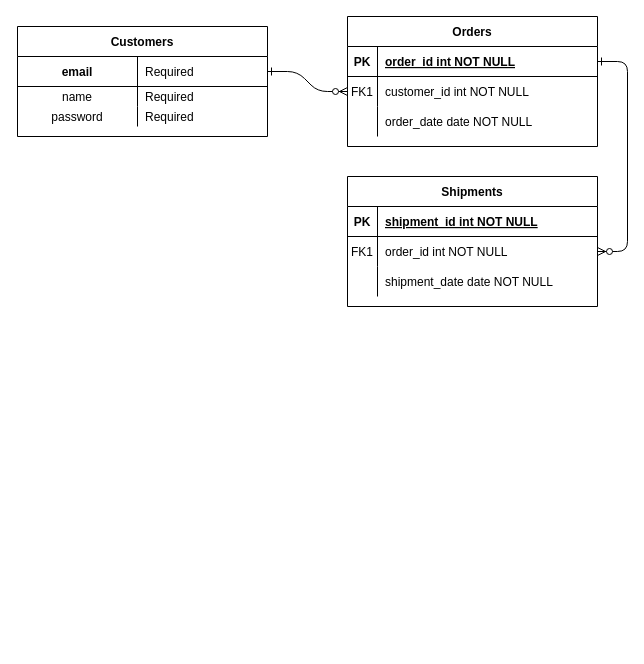
Earlier version of the draw.io diagram CP-2/Диаграмма без названия.drawio (Kameleva/mysite). Source tidied: cells renumbered, new cells numbered last; positions are measured from the earlier drawing's top-left corner, leaving out a move shared by most shapes. Both pictures are drawn from the tidied source at 100%, with x=0, y=0 at pixel (17, 16).
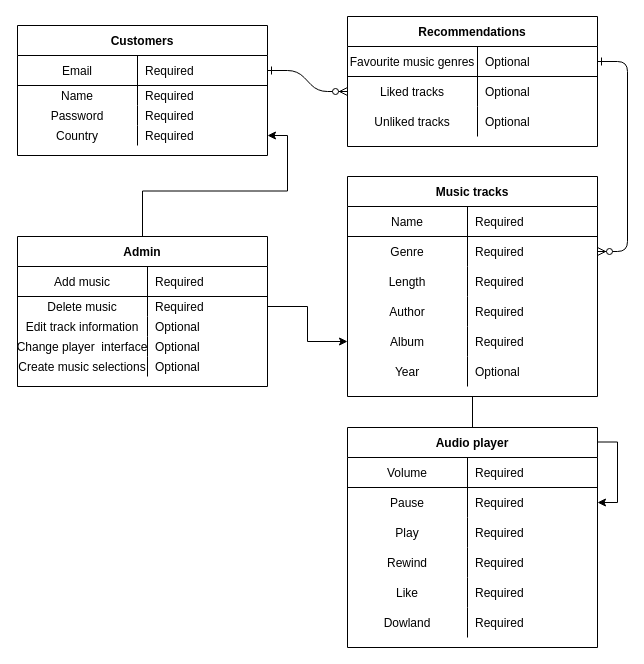
Above is the later version.

Unchanged cells that the change refers to:
```xml
<mxCell id="5" style="shape=partialRectangle;fillColor=none;points=[[0,0.5],[1,0.5]];portConstraint=eastwest;top=0;left=0;right=0;bottom=1;" parent="4" vertex="1">
  <mxGeometry y="30" width="250" height="30" as="geometry" />
</mxCell>
<mxCell id="8" style="shape=partialRectangle;fillColor=none;points=[[0,0.5],[1,0.5]];portConstraint=eastwest;top=0;left=0;right=0;bottom=0;" parent="4" vertex="1">
  <mxGeometry y="60" width="250" height="30" as="geometry" />
</mxCell>
<mxCell id="11" style="shape=partialRectangle;fillColor=none;top=0;left=0;right=0;bottom=0;" parent="4" vertex="1">
  <mxGeometry y="90" width="250" height="30" as="geometry" />
</mxCell>
<mxCell id="15" style="shape=partialRectangle;fillColor=none;top=0;left=0;right=0;bottom=1;" parent="14" vertex="1">
  <mxGeometry y="30" width="250" height="30" as="geometry" />
</mxCell>
<mxCell id="18" style="shape=partialRectangle;fillColor=none;points=[[0,0.5],[1,0.5]];portConstraint=eastwest;top=0;left=0;right=0;bottom=0;" parent="14" vertex="1">
  <mxGeometry y="60" width="250" height="30" as="geometry" />
</mxCell>
<mxCell id="21" style="shape=partialRectangle;fillColor=none;top=0;left=0;right=0;bottom=0;" parent="14" vertex="1">
  <mxGeometry y="90" width="250" height="30" as="geometry" />
</mxCell>
<mxCell id="25" style="shape=partialRectangle;fillColor=none;points=[[0,0.5],[1,0.5]];portConstraint=eastwest;top=0;left=0;right=0;bottom=1;" parent="24" vertex="1">
  <mxGeometry y="30" width="250" height="30" as="geometry" />
</mxCell>
<mxCell id="28" style="shape=partialRectangle;fillColor=none;top=0;left=0;right=0;bottom=0;" parent="24" vertex="1">
  <mxGeometry y="60" width="250" height="20" as="geometry" />
</mxCell>
<mxCell id="31" style="shape=partialRectangle;fillColor=none;top=0;left=0;right=0;bottom=0;" parent="24" vertex="1">
  <mxGeometry y="80" width="250" height="20" as="geometry" />
</mxCell>
```

Change to the diagram source:
```diff
@@
-    <mxCell id="4" value="Orders" style="shape=table;startSize=30;childLayout=tableLayout;rowLines=0;fontStyle=1;align=center;" parent="1" vertex="1">
+    <mxCell id="4" value="Recommendations" style="shape=table;startSize=30;childLayout=tableLayout;rowLines=0;fontStyle=1;align=center;" parent="1" vertex="1">
       <mxGeometry x="330" width="250" height="130" as="geometry" />
     </mxCell>
@@
-    <mxCell id="6" value="PK" style="shape=partialRectangle;overflow=hidden;fillColor=none;top=0;left=0;bottom=0;right=0;fontStyle=1;" parent="5" vertex="1">
-      <mxGeometry width="30" height="30" as="geometry" />
+    <mxCell id="6" value="Favourite music genres" style="shape=partialRectangle;overflow=hidden;fillColor=none;top=0;left=0;bottom=0;right=0;fontStyle=0;" parent="5" vertex="1">
+      <mxGeometry width="130" height="30" as="geometry" />
     </mxCell>
-    <mxCell id="7" value="order_id int NOT NULL " style="shape=partialRectangle;overflow=hidden;fillColor=none;top=0;left=0;bottom=0;right=0;align=left;spacingLeft=6;fontStyle=5;" parent="5" vertex="1">
-      <mxGeometry x="30" width="220" height="30" as="geometry" />
+    <mxCell id="7" value="Optional" style="shape=partialRectangle;overflow=hidden;fillColor=none;top=0;left=0;bottom=0;right=0;align=left;spacingLeft=6;fontStyle=0;" parent="5" vertex="1">
+      <mxGeometry x="130" width="120" height="30" as="geometry" />
     </mxCell>
@@
-    <mxCell id="9" value="FK1" style="shape=partialRectangle;overflow=hidden;fillColor=none;top=0;left=0;bottom=0;right=0;" parent="8" vertex="1">
-      <mxGeometry width="30" height="30" as="geometry" />
+    <mxCell id="9" value="Liked tracks" style="shape=partialRectangle;overflow=hidden;fillColor=none;top=0;left=0;bottom=0;right=0;" parent="8" vertex="1">
+      <mxGeometry width="130" height="30" as="geometry" />
     </mxCell>
-    <mxCell id="10" value="customer_id int NOT NULL" style="shape=partialRectangle;overflow=hidden;fillColor=none;top=0;left=0;bottom=0;right=0;align=left;spacingLeft=6;" parent="8" vertex="1">
-      <mxGeometry x="30" width="220" height="30" as="geometry" />
+    <mxCell id="10" value="Optional" style="shape=partialRectangle;overflow=hidden;fillColor=none;top=0;left=0;bottom=0;right=0;align=left;spacingLeft=6;" parent="8" vertex="1">
+      <mxGeometry x="130" width="120" height="30" as="geometry" />
     </mxCell>
@@
-    <mxCell id="12" style="shape=partialRectangle;overflow=hidden;fillColor=none;top=0;left=0;bottom=0;right=0;" parent="11" vertex="1">
-      <mxGeometry width="30" height="30" as="geometry" />
+    <mxCell id="12" value="Unliked tracks" style="shape=partialRectangle;overflow=hidden;fillColor=none;top=0;left=0;bottom=0;right=0;" parent="11" vertex="1">
+      <mxGeometry width="130" height="30" as="geometry" />
     </mxCell>
-    <mxCell id="13" value="order_date date NOT NULL" style="shape=partialRectangle;overflow=hidden;fillColor=none;top=0;left=0;bottom=0;right=0;align=left;spacingLeft=6;" parent="11" vertex="1">
-      <mxGeometry x="30" width="220" height="30" as="geometry" />
+    <mxCell id="13" value="Optional" style="shape=partialRectangle;overflow=hidden;fillColor=none;top=0;left=0;bottom=0;right=0;align=left;spacingLeft=6;" parent="11" vertex="1">
+      <mxGeometry x="130" width="120" height="30" as="geometry" />
     </mxCell>
+    <mxCell id="34" style="edgeStyle=orthogonalEdgeStyle;rounded=0;jettySize=auto;html=1;" parent="1" edge="1" source="14" target="51">
+      <mxGeometry relative="1" as="geometry" />
+    </mxCell>
-    <mxCell id="14" value="Shipments" style="shape=table;startSize=30;childLayout=tableLayout;rowLines=0;fontStyle=1;align=center;" parent="1" vertex="1">
-      <mxGeometry x="330" y="160" width="250" height="130" as="geometry" />
+    <mxCell id="14" value="Music tracks" style="shape=table;startSize=30;childLayout=tableLayout;rowLines=0;fontStyle=1;align=center;" parent="1" vertex="1">
+      <mxGeometry x="330" y="160" width="250" height="220" as="geometry" />
     </mxCell>
@@
-    <mxCell id="16" value="PK" style="shape=partialRectangle;overflow=hidden;fillColor=none;top=0;left=0;bottom=0;right=0;fontStyle=1;" parent="15" vertex="1">
-      <mxGeometry width="30" height="30" as="geometry" />
+    <mxCell id="16" value="Name" style="shape=partialRectangle;overflow=hidden;fillColor=none;top=0;left=0;bottom=0;right=0;fontStyle=0;" parent="15" vertex="1">
+      <mxGeometry width="120" height="30" as="geometry" />
     </mxCell>
-    <mxCell id="17" value="shipment_id int NOT NULL " style="shape=partialRectangle;overflow=hidden;fillColor=none;top=0;left=0;bottom=0;right=0;align=left;spacingLeft=6;fontStyle=5;" parent="15" vertex="1">
-      <mxGeometry x="30" width="220" height="30" as="geometry" />
+    <mxCell id="17" value="Required" style="shape=partialRectangle;overflow=hidden;fillColor=none;top=0;left=0;bottom=0;right=0;align=left;spacingLeft=6;fontStyle=0;" parent="15" vertex="1">
+      <mxGeometry x="120" width="130" height="30" as="geometry" />
     </mxCell>
@@
-    <mxCell id="19" value="FK1" style="shape=partialRectangle;overflow=hidden;fillColor=none;top=0;left=0;bottom=0;right=0;" parent="18" vertex="1">
-      <mxGeometry width="30" height="30" as="geometry" />
+    <mxCell id="19" value="Genre" style="shape=partialRectangle;overflow=hidden;fillColor=none;top=0;left=0;bottom=0;right=0;" parent="18" vertex="1">
+      <mxGeometry width="120" height="30" as="geometry" />
     </mxCell>
-    <mxCell id="20" value="order_id int NOT NULL" style="shape=partialRectangle;overflow=hidden;fillColor=none;top=0;left=0;bottom=0;right=0;align=left;spacingLeft=6;" parent="18" vertex="1">
-      <mxGeometry x="30" width="220" height="30" as="geometry" />
+    <mxCell id="20" value="Required" style="shape=partialRectangle;overflow=hidden;fillColor=none;top=0;left=0;bottom=0;right=0;align=left;spacingLeft=6;" parent="18" vertex="1">
+      <mxGeometry x="120" width="130" height="30" as="geometry" />
     </mxCell>
@@
-    <mxCell id="22" style="shape=partialRectangle;overflow=hidden;fillColor=none;top=0;left=0;bottom=0;right=0;" parent="21" vertex="1">
-      <mxGeometry width="30" height="30" as="geometry" />
+    <mxCell id="22" value="Length" style="shape=partialRectangle;overflow=hidden;fillColor=none;top=0;left=0;bottom=0;right=0;" parent="21" vertex="1">
+      <mxGeometry width="120" height="30" as="geometry" />
     </mxCell>
-    <mxCell id="23" value="shipment_date date NOT NULL" style="shape=partialRectangle;overflow=hidden;fillColor=none;top=0;left=0;bottom=0;right=0;align=left;spacingLeft=6;" parent="21" vertex="1">
-      <mxGeometry x="30" width="220" height="30" as="geometry" />
+    <mxCell id="23" value="Required" style="shape=partialRectangle;overflow=hidden;fillColor=none;top=0;left=0;bottom=0;right=0;align=left;spacingLeft=6;" parent="21" vertex="1">
+      <mxGeometry x="120" width="130" height="30" as="geometry" />
     </mxCell>
+    <mxCell id="35" style="shape=partialRectangle;fillColor=none;top=0;left=0;right=0;bottom=0;" parent="14" vertex="1">
+      <mxGeometry y="120" width="250" height="30" as="geometry" />
+    </mxCell>
+    <mxCell id="36" value="Author" style="shape=partialRectangle;overflow=hidden;fillColor=none;top=0;left=0;bottom=0;right=0;" parent="35" vertex="1">
+      <mxGeometry width="120" height="30" as="geometry" />
+    </mxCell>
+    <mxCell id="37" value="Required" style="shape=partialRectangle;overflow=hidden;fillColor=none;top=0;left=0;bottom=0;right=0;align=left;spacingLeft=6;" parent="35" vertex="1">
+      <mxGeometry x="120" width="130" height="30" as="geometry" />
+    </mxCell>
+    <mxCell id="38" style="shape=partialRectangle;fillColor=none;points=[[0,0.5],[1,0.5]];portConstraint=eastwest;top=0;left=0;right=0;bottom=0;" parent="14" vertex="1">
+      <mxGeometry y="150" width="250" height="30" as="geometry" />
+    </mxCell>
+    <mxCell id="39" value="Album" style="shape=partialRectangle;overflow=hidden;fillColor=none;top=0;left=0;bottom=0;right=0;" parent="38" vertex="1">
+      <mxGeometry width="120" height="30" as="geometry" />
+    </mxCell>
+    <mxCell id="40" value="Required" style="shape=partialRectangle;overflow=hidden;fillColor=none;top=0;left=0;bottom=0;right=0;align=left;spacingLeft=6;" parent="38" vertex="1">
+      <mxGeometry x="120" width="130" height="30" as="geometry" />
+    </mxCell>
+    <mxCell id="41" style="shape=partialRectangle;fillColor=none;top=0;left=0;right=0;bottom=0;" parent="14" vertex="1">
+      <mxGeometry y="180" width="250" height="30" as="geometry" />
+    </mxCell>
+    <mxCell id="42" value="Year" style="shape=partialRectangle;overflow=hidden;fillColor=none;top=0;left=0;bottom=0;right=0;" parent="41" vertex="1">
+      <mxGeometry width="120" height="30" as="geometry" />
+    </mxCell>
+    <mxCell id="43" value="Optional" style="shape=partialRectangle;overflow=hidden;fillColor=none;top=0;left=0;bottom=0;right=0;align=left;spacingLeft=6;" parent="41" vertex="1">
+      <mxGeometry x="120" width="130" height="30" as="geometry" />
+    </mxCell>
     <mxCell id="24" value="Customers" style="shape=table;startSize=30;childLayout=tableLayout;rowLines=0;fontStyle=1;align=center;" parent="1" vertex="1">
-      <mxGeometry y="10" width="250" height="110" as="geometry" />
+      <mxGeometry y="9" width="250" height="130" as="geometry" />
     </mxCell>
@@
-    <mxCell id="26" value="email" style="shape=partialRectangle;overflow=hidden;fillColor=none;top=0;left=0;bottom=0;right=0;fontStyle=1;" parent="25" vertex="1">
+    <mxCell id="26" value="Email" style="shape=partialRectangle;overflow=hidden;fillColor=none;top=0;left=0;bottom=0;right=0;fontStyle=0;" parent="25" vertex="1">
       <mxGeometry width="120" height="30" as="geometry" />
     </mxCell>
@@
-    <mxCell id="29" value="name" style="shape=partialRectangle;overflow=hidden;fillColor=none;top=0;left=0;bottom=0;right=0;" parent="28" vertex="1">
+    <mxCell id="29" value="Name" style="shape=partialRectangle;overflow=hidden;fillColor=none;top=0;left=0;bottom=0;right=0;" parent="28" vertex="1">
       <mxGeometry width="120" height="20" as="geometry" />
     </mxCell>
@@
-    <mxCell id="32" value="password" style="shape=partialRectangle;overflow=hidden;fillColor=none;top=0;left=0;bottom=0;right=0;" parent="31" vertex="1">
+    <mxCell id="32" value="Password" style="shape=partialRectangle;overflow=hidden;fillColor=none;top=0;left=0;bottom=0;right=0;" parent="31" vertex="1">
       <mxGeometry width="120" height="20" as="geometry" />
     </mxCell>
@@
+    <mxCell id="44" style="shape=partialRectangle;fillColor=none;points=[[0,0.5],[1,0.5]];portConstraint=eastwest;top=0;left=0;right=0;bottom=0;" parent="24" vertex="1">
+      <mxGeometry y="100" width="250" height="20" as="geometry" />
+    </mxCell>
+    <mxCell id="45" value="Country" style="shape=partialRectangle;overflow=hidden;fillColor=none;top=0;left=0;bottom=0;right=0;" parent="44" vertex="1">
+      <mxGeometry width="120" height="20" as="geometry" />
+    </mxCell>
+    <mxCell id="46" value="Required" style="shape=partialRectangle;overflow=hidden;fillColor=none;top=0;left=0;bottom=0;right=0;align=left;spacingLeft=6;" parent="44" vertex="1">
+      <mxGeometry x="120" width="130" height="20" as="geometry" />
+    </mxCell>
+    <mxCell id="47" value="Audio player" style="shape=table;startSize=30;childLayout=tableLayout;rowLines=0;fontStyle=1;align=center;" parent="1" vertex="1">
+      <mxGeometry x="330" y="411" width="250" height="220" as="geometry" />
+    </mxCell>
+    <mxCell id="48" style="shape=partialRectangle;fillColor=none;top=0;left=0;right=0;bottom=1;" parent="47" vertex="1">
+      <mxGeometry y="30" width="250" height="30" as="geometry" />
+    </mxCell>
+    <mxCell id="49" value="Volume" style="shape=partialRectangle;overflow=hidden;fillColor=none;top=0;left=0;bottom=0;right=0;fontStyle=0;" parent="48" vertex="1">
+      <mxGeometry width="120" height="30" as="geometry" />
+    </mxCell>
+    <mxCell id="50" value="Required" style="shape=partialRectangle;overflow=hidden;fillColor=none;top=0;left=0;bottom=0;right=0;align=left;spacingLeft=6;fontStyle=0;" parent="48" vertex="1">
+      <mxGeometry x="120" width="130" height="30" as="geometry" />
+    </mxCell>
+    <mxCell id="51" style="shape=partialRectangle;fillColor=none;points=[[0,0.5],[1,0.5]];portConstraint=eastwest;top=0;left=0;right=0;bottom=0;" parent="47" vertex="1">
+      <mxGeometry y="60" width="250" height="30" as="geometry" />
+    </mxCell>
+    <mxCell id="52" value="Pause" style="shape=partialRectangle;overflow=hidden;fillColor=none;top=0;left=0;bottom=0;right=0;" parent="51" vertex="1">
+      <mxGeometry width="120" height="30" as="geometry" />
+    </mxCell>
+    <mxCell id="53" value="Required" style="shape=partialRectangle;overflow=hidden;fillColor=none;top=0;left=0;bottom=0;right=0;align=left;spacingLeft=6;" parent="51" vertex="1">
+      <mxGeometry x="120" width="130" height="30" as="geometry" />
+    </mxCell>
+    <mxCell id="54" style="shape=partialRectangle;fillColor=none;top=0;left=0;right=0;bottom=0;" parent="47" vertex="1">
+      <mxGeometry y="90" width="250" height="30" as="geometry" />
+    </mxCell>
+    <mxCell id="55" value="Play" style="shape=partialRectangle;overflow=hidden;fillColor=none;top=0;left=0;bottom=0;right=0;" parent="54" vertex="1">
+      <mxGeometry width="120" height="30" as="geometry" />
+    </mxCell>
+    <mxCell id="56" value="Required" style="shape=partialRectangle;overflow=hidden;fillColor=none;top=0;left=0;bottom=0;right=0;align=left;spacingLeft=6;" parent="54" vertex="1">
+      <mxGeometry x="120" width="130" height="30" as="geometry" />
+    </mxCell>
+    <mxCell id="57" style="shape=partialRectangle;fillColor=none;top=0;left=0;right=0;bottom=0;" parent="47" vertex="1">
+      <mxGeometry y="120" width="250" height="30" as="geometry" />
+    </mxCell>
+    <mxCell id="58" value="Rewind" style="shape=partialRectangle;overflow=hidden;fillColor=none;top=0;left=0;bottom=0;right=0;" parent="57" vertex="1">
+      <mxGeometry width="120" height="30" as="geometry" />
+    </mxCell>
+    <mxCell id="59" value="Required" style="shape=partialRectangle;overflow=hidden;fillColor=none;top=0;left=0;bottom=0;right=0;align=left;spacingLeft=6;" parent="57" vertex="1">
+      <mxGeometry x="120" width="130" height="30" as="geometry" />
+    </mxCell>
+    <mxCell id="60" style="shape=partialRectangle;fillColor=none;top=0;left=0;right=0;bottom=0;" parent="47" vertex="1">
+      <mxGeometry y="150" width="250" height="30" as="geometry" />
+    </mxCell>
+    <mxCell id="61" value="Like" style="shape=partialRectangle;overflow=hidden;fillColor=none;top=0;left=0;bottom=0;right=0;" parent="60" vertex="1">
+      <mxGeometry width="120" height="30" as="geometry" />
+    </mxCell>
+    <mxCell id="62" value="Required" style="shape=partialRectangle;overflow=hidden;fillColor=none;top=0;left=0;bottom=0;right=0;align=left;spacingLeft=6;" parent="60" vertex="1">
+      <mxGeometry x="120" width="130" height="30" as="geometry" />
+    </mxCell>
+    <mxCell id="63" style="shape=partialRectangle;fillColor=none;top=0;left=0;right=0;bottom=0;" parent="47" vertex="1">
+      <mxGeometry y="180" width="250" height="30" as="geometry" />
+    </mxCell>
+    <mxCell id="64" value="Dowland" style="shape=partialRectangle;overflow=hidden;fillColor=none;top=0;left=0;bottom=0;right=0;" parent="63" vertex="1">
+      <mxGeometry width="120" height="30" as="geometry" />
+    </mxCell>
+    <mxCell id="65" value="Required" style="shape=partialRectangle;overflow=hidden;fillColor=none;top=0;left=0;bottom=0;right=0;align=left;spacingLeft=6;" parent="63" vertex="1">
+      <mxGeometry x="120" width="130" height="30" as="geometry" />
+    </mxCell>
+    <mxCell id="66" style="edgeStyle=orthogonalEdgeStyle;rounded=0;jettySize=auto;html=1;" parent="1" edge="1" source="67" target="44">
+      <mxGeometry relative="1" as="geometry" />
+    </mxCell>
+    <mxCell id="67" value="Admin" style="shape=table;startSize=30;childLayout=tableLayout;rowLines=0;fontStyle=1;align=center;" parent="1" vertex="1">
+      <mxGeometry y="220" width="250" height="150" as="geometry" />
+    </mxCell>
+    <mxCell id="68" style="shape=partialRectangle;fillColor=none;top=0;left=0;right=0;bottom=1;" parent="67" vertex="1">
+      <mxGeometry y="30" width="250" height="30" as="geometry" />
+    </mxCell>
+    <mxCell id="69" value="Add music" style="shape=partialRectangle;overflow=hidden;fillColor=none;top=0;left=0;bottom=0;right=0;fontStyle=0;" parent="68" vertex="1">
+      <mxGeometry width="130" height="30" as="geometry" />
+    </mxCell>
+    <mxCell id="70" value="Required" style="shape=partialRectangle;overflow=hidden;fillColor=none;top=0;left=0;bottom=0;right=0;align=left;spacingLeft=6;fontStyle=0;" parent="68" vertex="1">
+      <mxGeometry x="130" width="120" height="30" as="geometry" />
+    </mxCell>
+    <mxCell id="71" style="shape=partialRectangle;fillColor=none;points=[[0,0.5],[1,0.5]];portConstraint=eastwest;top=0;left=0;right=0;bottom=0;" parent="67" vertex="1">
+      <mxGeometry y="60" width="250" height="20" as="geometry" />
+    </mxCell>
+    <mxCell id="72" value="Delete music" style="shape=partialRectangle;overflow=hidden;fillColor=none;top=0;left=0;bottom=0;right=0;" parent="71" vertex="1">
+      <mxGeometry width="130" height="20" as="geometry" />
+    </mxCell>
+    <mxCell id="73" value="Required" style="shape=partialRectangle;overflow=hidden;fillColor=none;top=0;left=0;bottom=0;right=0;align=left;spacingLeft=6;" parent="71" vertex="1">
+      <mxGeometry x="130" width="120" height="20" as="geometry" />
+    </mxCell>
+    <mxCell id="74" style="shape=partialRectangle;fillColor=none;top=0;left=0;right=0;bottom=0;" parent="67" vertex="1">
+      <mxGeometry y="80" width="250" height="20" as="geometry" />
+    </mxCell>
+    <mxCell id="75" value="Edit track information" style="shape=partialRectangle;overflow=hidden;fillColor=none;top=0;left=0;bottom=0;right=0;" parent="74" vertex="1">
+      <mxGeometry width="130" height="20" as="geometry" />
+    </mxCell>
+    <mxCell id="76" value="Optional" style="shape=partialRectangle;overflow=hidden;fillColor=none;top=0;left=0;bottom=0;right=0;align=left;spacingLeft=6;" parent="74" vertex="1">
+      <mxGeometry x="130" width="120" height="20" as="geometry" />
+    </mxCell>
+    <mxCell id="77" style="shape=partialRectangle;fillColor=none;top=0;left=0;right=0;bottom=0;" parent="67" vertex="1">
+      <mxGeometry y="100" width="250" height="20" as="geometry" />
+    </mxCell>
+    <mxCell id="78" value="Change player  interface" style="shape=partialRectangle;overflow=hidden;fillColor=none;top=0;left=0;bottom=0;right=0;" parent="77" vertex="1">
+      <mxGeometry width="130" height="20" as="geometry" />
+    </mxCell>
+    <mxCell id="79" value="Optional" style="shape=partialRectangle;overflow=hidden;fillColor=none;top=0;left=0;bottom=0;right=0;align=left;spacingLeft=6;" parent="77" vertex="1">
+      <mxGeometry x="130" width="120" height="20" as="geometry" />
+    </mxCell>
+    <mxCell id="80" style="shape=partialRectangle;fillColor=none;top=0;left=0;right=0;bottom=0;" parent="67" vertex="1">
+      <mxGeometry y="120" width="250" height="20" as="geometry" />
+    </mxCell>
+    <mxCell id="81" value="Create music selections" style="shape=partialRectangle;overflow=hidden;fillColor=none;top=0;left=0;bottom=0;right=0;" parent="80" vertex="1">
+      <mxGeometry width="130" height="20" as="geometry" />
+    </mxCell>
+    <mxCell id="82" value="Optional" style="shape=partialRectangle;overflow=hidden;fillColor=none;top=0;left=0;bottom=0;right=0;align=left;spacingLeft=6;" parent="80" vertex="1">
+      <mxGeometry x="130" width="120" height="20" as="geometry" />
+    </mxCell>
+    <mxCell id="83" style="edgeStyle=orthogonalEdgeStyle;rounded=0;jettySize=auto;html=1;" parent="1" edge="1" source="71" target="38">
+      <mxGeometry relative="1" as="geometry" />
+    </mxCell>
```
